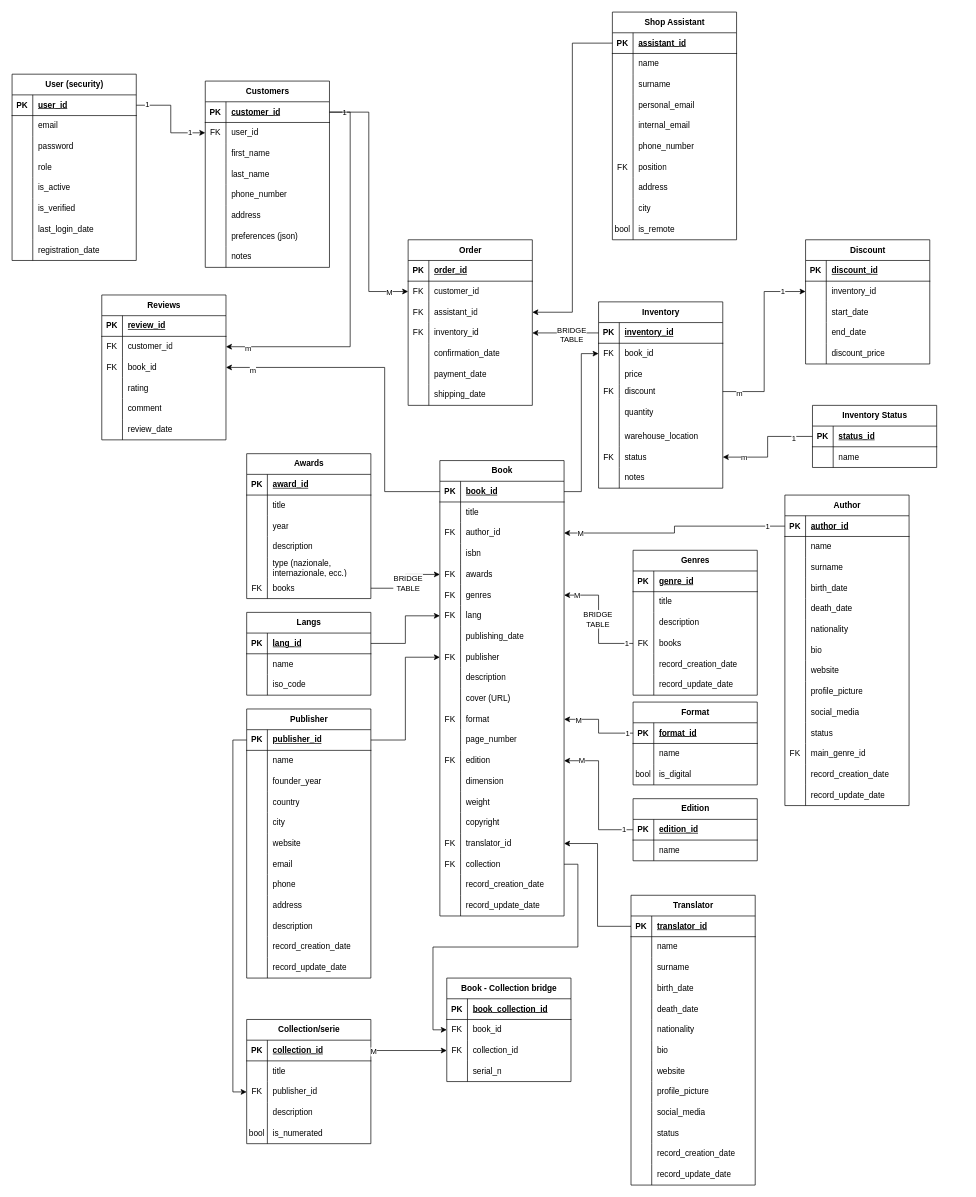
Above: virtual-bookstore.drawio in AntonioStrignano/virtual-bookstore (draw.io), before the change. Source tidied: cells renumbered, new cells numbered last; positions are measured from the earlier drawing's top-left corner, leaving out a move shared by most shapes. Both pictures are drawn from the tidied source at 69%, with x=0, y=0 at pixel (12, 12).
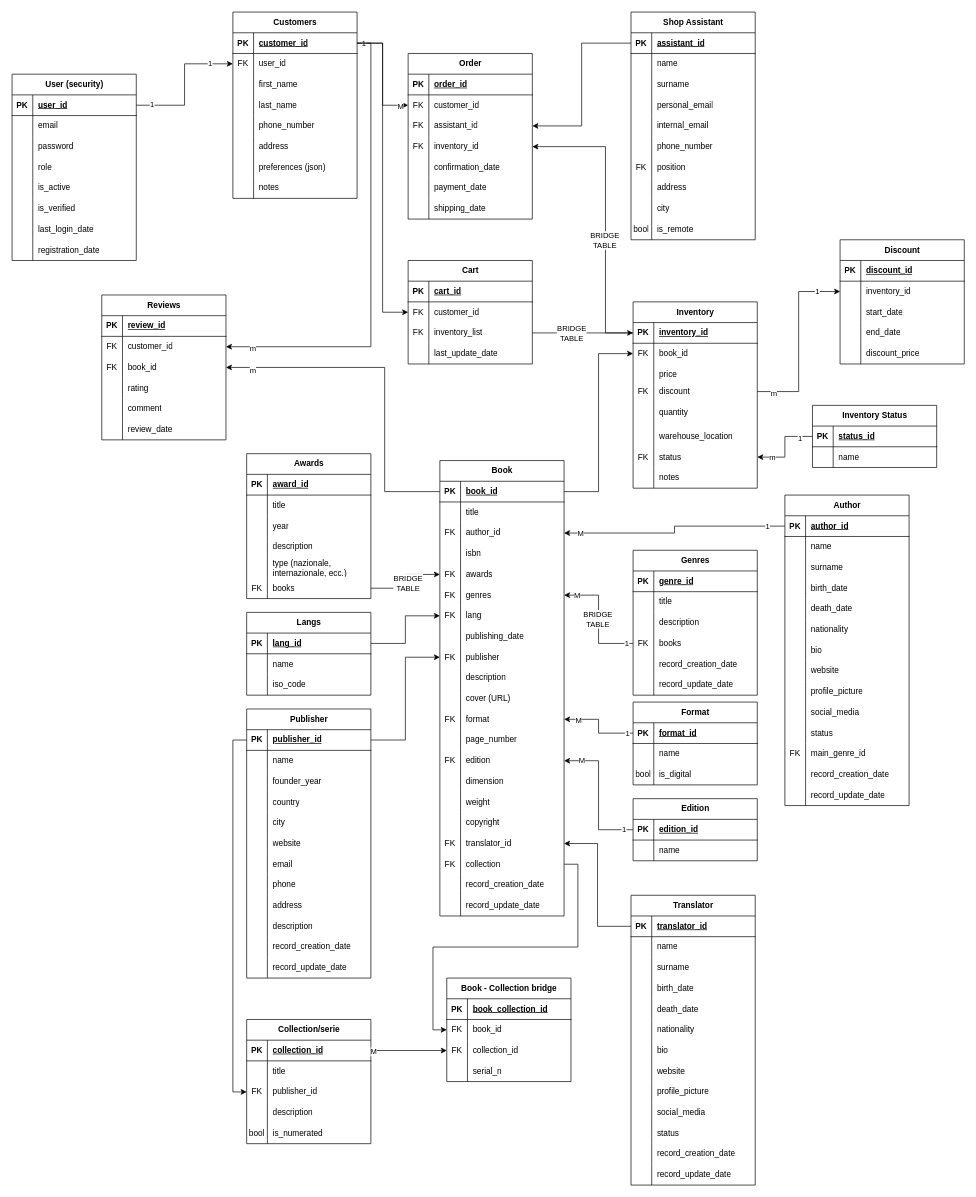
Above is the later version.

The change refers to these unchanged cells:
```xml
<mxCell id="302" style="shape=tableRow;horizontal=0;startSize=0;swimlaneHead=0;swimlaneBody=0;fillColor=none;points=[[0,0.5],[1,0.5]];portConstraint=eastwest;top=0;left=0;right=0;bottom=1;" parent="301" vertex="1">
  <mxGeometry y="30" width="180" height="30" as="geometry" />
</mxCell>
<mxCell id="367" style="shape=tableRow;horizontal=0;startSize=0;swimlaneHead=0;swimlaneBody=0;fillColor=none;points=[[0,0.5],[1,0.5]];portConstraint=eastwest;top=0;left=0;right=0;bottom=0;" parent="357" vertex="1">
  <mxGeometry y="120" width="180" height="30" as="geometry" />
</mxCell>
<mxCell id="414" style="shape=tableRow;horizontal=0;startSize=0;swimlaneHead=0;swimlaneBody=0;fillColor=none;points=[[0,0.5],[1,0.5]];portConstraint=eastwest;top=0;left=0;right=0;bottom=1;" parent="413" vertex="1">
  <mxGeometry y="30" width="180" height="30" as="geometry" />
</mxCell>
<mxCell id="473" style="shape=tableRow;horizontal=0;startSize=0;swimlaneHead=0;swimlaneBody=0;fillColor=none;points=[[0,0.5],[1,0.5]];portConstraint=eastwest;top=0;left=0;right=0;bottom=0;" parent="469" vertex="1">
  <mxGeometry y="60" width="180" height="30" as="geometry" />
</mxCell>
```

What changed in the source:
```diff
@@
     <mxCell id="301" value="Inventory" style="shape=table;startSize=30;childLayout=tableLayout;rowLines=0;fontStyle=1;align=center;html=1;" parent="1" vertex="1">
-      <mxGeometry x="850" y="420" width="180" height="270" as="geometry" />
+      <mxGeometry x="900" y="420" width="180" height="270" as="geometry" />
     </mxCell>
@@
     <mxCell id="328" value="Discount" style="shape=table;startSize=30;childLayout=tableLayout;rowLines=0;fontStyle=1;align=center;html=1;" parent="1" vertex="1">
-      <mxGeometry x="1150" y="330" width="180" height="180" as="geometry" />
+      <mxGeometry x="1200" y="330" width="180" height="180" as="geometry" />
     </mxCell>
@@
     <mxCell id="357" value="Order" style="shape=table;startSize=30;childLayout=tableLayout;rowLines=0;fontStyle=1;align=center;html=1;" parent="1" vertex="1">
-      <mxGeometry x="574" y="330" width="180" height="240" as="geometry" />
+      <mxGeometry x="574" y="60" width="180" height="240" as="geometry" />
     </mxCell>
@@
     <mxCell id="379" style="edgeStyle=orthogonalEdgeStyle;rounded=0;jettySize=auto;html=1;" parent="1" edge="1" source="302" target="367">
-      <mxGeometry relative="1" as="geometry" />
+      <mxGeometry relative="1" as="geometry">
+        <Array as="points">
+          <mxPoint x="860" y="465" />
+          <mxPoint x="860" y="195" />
+        </Array>
+      </mxGeometry>
     </mxCell>
@@
     <mxCell id="381" value="Shop Assistant" style="shape=table;startSize=30;childLayout=tableLayout;rowLines=0;fontStyle=1;align=center;html=1;" parent="1" vertex="1">
-      <mxGeometry x="870" width="180" height="330" as="geometry" />
+      <mxGeometry x="897" width="180" height="330" as="geometry" />
     </mxCell>
@@
     <mxCell id="413" value="Customers" style="shape=table;startSize=30;childLayout=tableLayout;rowLines=0;fontStyle=1;align=center;html=1;" parent="1" vertex="1">
-      <mxGeometry x="280" y="100" width="180" height="270" as="geometry" />
+      <mxGeometry x="320" width="180" height="270" as="geometry" />
     </mxCell>
@@
     <mxCell id="488" style="edgeStyle=orthogonalEdgeStyle;rounded=0;jettySize=auto;html=1;" parent="1" edge="1" source="414" target="473">
       <mxGeometry relative="1" as="geometry">
         <Array as="points">
-          <mxPoint x="490" y="145" />
-          <mxPoint x="490" y="485" />
+          <mxPoint x="520" y="45" />
+          <mxPoint x="520" y="485" />
         </Array>
       </mxGeometry>
     </mxCell>
@@
+    <mxCell id="492" value="Cart" style="shape=table;startSize=30;childLayout=tableLayout;rowLines=0;fontStyle=1;align=center;html=1;" parent="1" vertex="1">
+      <mxGeometry x="574" y="360" width="180" height="150" as="geometry" />
+    </mxCell>
+    <mxCell id="493" style="shape=tableRow;horizontal=0;startSize=0;swimlaneHead=0;swimlaneBody=0;fillColor=none;top=0;left=0;right=0;bottom=1;" parent="492" vertex="1">
+      <mxGeometry y="30" width="180" height="30" as="geometry" />
+    </mxCell>
+    <mxCell id="494" value="PK" style="shape=partialRectangle;fillColor=none;top=0;left=0;bottom=0;right=0;fontStyle=1;overflow=hidden;whiteSpace=wrap;html=1;" parent="493" vertex="1">
+      <mxGeometry width="30" height="30" as="geometry" />
+    </mxCell>
+    <mxCell id="495" value="cart_id" style="shape=partialRectangle;fillColor=none;top=0;left=0;bottom=0;right=0;align=left;spacingLeft=6;fontStyle=5;overflow=hidden;whiteSpace=wrap;html=1;" parent="493" vertex="1">
+      <mxGeometry x="30" width="150" height="30" as="geometry" />
+    </mxCell>
+    <mxCell id="496" style="shape=tableRow;horizontal=0;startSize=0;swimlaneHead=0;swimlaneBody=0;fillColor=none;points=[[0,0.5],[1,0.5]];portConstraint=eastwest;top=0;left=0;right=0;bottom=0;" parent="492" vertex="1">
+      <mxGeometry y="60" width="180" height="30" as="geometry" />
+    </mxCell>
+    <mxCell id="497" value="FK" style="shape=partialRectangle;fillColor=none;top=0;left=0;bottom=0;right=0;overflow=hidden;whiteSpace=wrap;html=1;" parent="496" vertex="1">
+      <mxGeometry width="30" height="30" as="geometry" />
+    </mxCell>
+    <mxCell id="498" value="customer_id" style="shape=partialRectangle;fillColor=none;top=0;left=0;bottom=0;right=0;align=left;spacingLeft=6;overflow=hidden;whiteSpace=wrap;html=1;" parent="496" vertex="1">
+      <mxGeometry x="30" width="150" height="30" as="geometry" />
+    </mxCell>
+    <mxCell id="499" style="shape=tableRow;horizontal=0;startSize=0;swimlaneHead=0;swimlaneBody=0;fillColor=none;points=[[0,0.5],[1,0.5]];portConstraint=eastwest;top=0;left=0;right=0;bottom=0;" parent="492" vertex="1">
+      <mxGeometry y="90" width="180" height="30" as="geometry" />
+    </mxCell>
+    <mxCell id="500" value="FK" style="shape=partialRectangle;fillColor=none;top=0;left=0;bottom=0;right=0;overflow=hidden;whiteSpace=wrap;html=1;" parent="499" vertex="1">
+      <mxGeometry width="30" height="30" as="geometry" />
+    </mxCell>
+    <mxCell id="501" value="inventory_list" style="shape=partialRectangle;fillColor=none;top=0;left=0;bottom=0;right=0;align=left;spacingLeft=6;overflow=hidden;whiteSpace=wrap;html=1;" parent="499" vertex="1">
+      <mxGeometry x="30" width="150" height="30" as="geometry" />
+    </mxCell>
+    <mxCell id="502" style="shape=tableRow;horizontal=0;startSize=0;swimlaneHead=0;swimlaneBody=0;fillColor=none;top=0;left=0;right=0;bottom=0;" parent="492" vertex="1">
+      <mxGeometry y="120" width="180" height="30" as="geometry" />
+    </mxCell>
+    <mxCell id="503" style="shape=partialRectangle;fillColor=none;top=0;left=0;bottom=0;right=0;overflow=hidden;whiteSpace=wrap;html=1;" parent="502" vertex="1">
+      <mxGeometry width="30" height="30" as="geometry" />
+    </mxCell>
+    <mxCell id="504" value="last_update_date" style="shape=partialRectangle;fillColor=none;top=0;left=0;bottom=0;right=0;align=left;spacingLeft=6;overflow=hidden;whiteSpace=wrap;html=1;" parent="502" vertex="1">
+      <mxGeometry x="30" width="150" height="30" as="geometry" />
+    </mxCell>
+    <mxCell id="505" style="edgeStyle=orthogonalEdgeStyle;rounded=0;jettySize=auto;html=1;" parent="1" edge="1" source="414" target="496">
+      <mxGeometry relative="1" as="geometry" />
+    </mxCell>
+    <mxCell id="506" style="edgeStyle=orthogonalEdgeStyle;rounded=0;jettySize=auto;html=1;" parent="1" edge="1" source="499" target="302">
+      <mxGeometry relative="1" as="geometry">
+        <Array as="points">
+          <mxPoint x="820" y="465" />
+          <mxPoint x="820" y="465" />
+        </Array>
+      </mxGeometry>
+    </mxCell>
+    <mxCell id="507" value="BRIDGE&lt;div&gt;TABLE&lt;/div&gt;" style="edgeLabel;html=1;align=center;verticalAlign=middle;" parent="506" vertex="1">
+      <mxGeometry x="-0.5" y="1" relative="1" as="geometry">
+        <mxPoint x="19" y="1" as="offset" />
+      </mxGeometry>
+    </mxCell>
```
